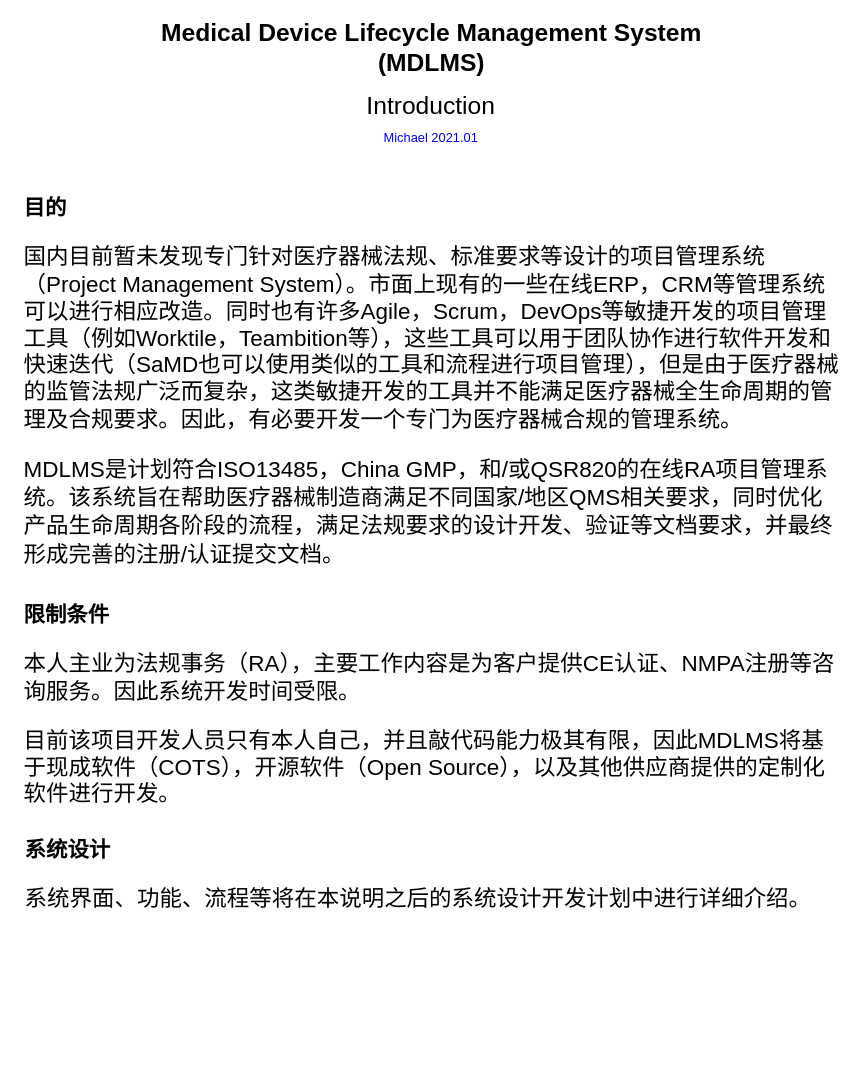
Above: page "Introduction" (1 of 8) of Full lifecycle.drawio in RASAAS/NMPAWORKFLOW (draw.io), before the change. Source tidied: cells renumbered, new cells numbered last; positions are measured from the earlier drawing's top-left corner, leaving out a move shared by most shapes. Both pictures are drawn from the tidied source at 107%, with x=0, y=0 at pixel (18, 42).
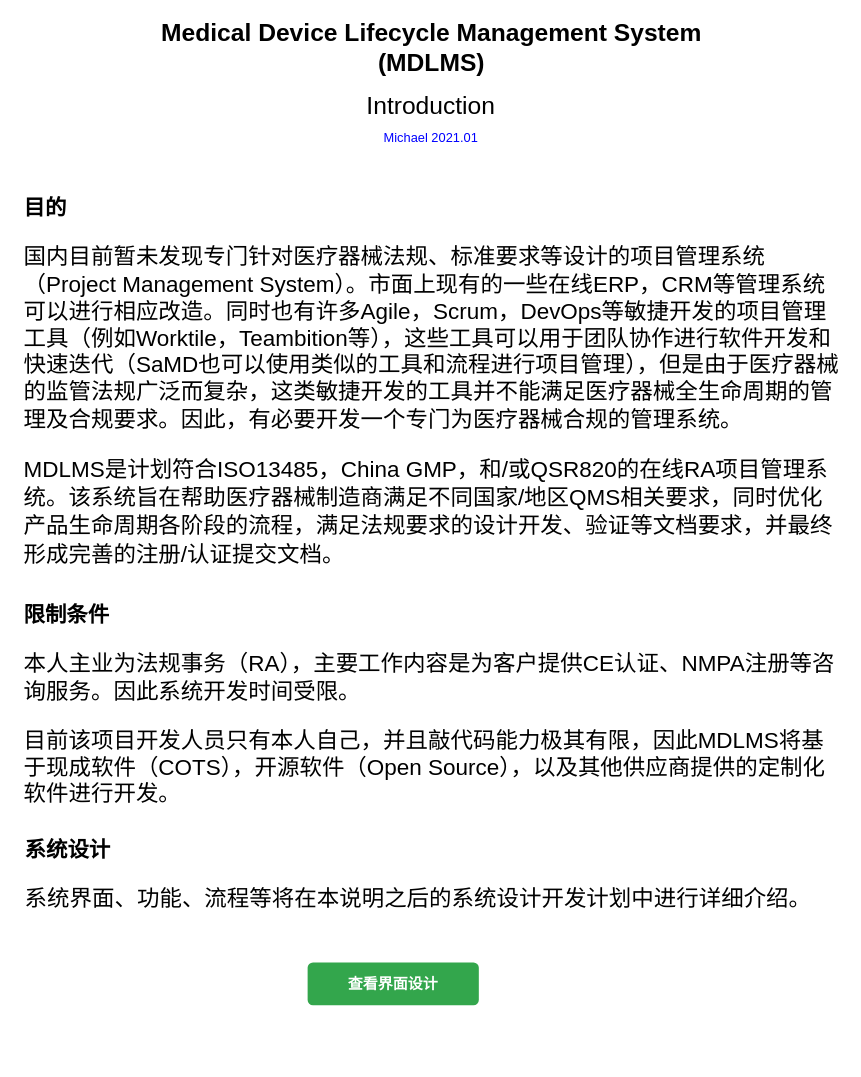
After the change.

What changed in the source:
```diff
@@
 <mxGraphModel>
   <root>
     <mxCell id="0" />
     <mxCell id="1" parent="0" />
     <mxCell id="2" value="Medical Device Lifecycle Management System&lt;br&gt;(MDLMS)" style="rounded=0;whiteSpace=wrap;html=1;fontSize=23;fontStyle=1;strokeColor=none;" parent="1" vertex="1">
       <mxGeometry x="125.5" width="520" height="10" as="geometry" />
     </mxCell>
     <mxCell id="3" value="Introduction" style="text;html=1;strokeColor=none;fillColor=none;align=center;verticalAlign=middle;whiteSpace=wrap;rounded=0;fontSize=23;" parent="1" vertex="1">
       <mxGeometry x="203" y="50" width="365" height="20" as="geometry" />
     </mxCell>
     <mxCell id="4" value="&lt;h1 style=&quot;font-size: 20px&quot;&gt;目的&lt;/h1&gt;&lt;p style=&quot;font-size: 21px&quot;&gt;&lt;span&gt;国内目前暂未发现专门针对医疗器械法规、标准要求等设计的项目管理系统（Project Management System）。市面上现有的一些在线ERP，CRM等管理系统可以进行相应改造。同时也有许多Agile，Scrum，DevOps等敏捷开发的项目管理工具（例如Worktile，Teambition等），这些工具可以用于团队协作进行软件开发和快速迭代（SaMD也可以使用类似的工具和流程进行项目管理），但是由于医疗器械的监管法规广泛而复杂，这类敏捷开发的工具并不能满足医疗器械全生命周期的管理及合规要求。因此，有必要开发一个专门为医疗器械合规的管理系统。&lt;/span&gt;&lt;br&gt;&lt;/p&gt;&lt;p style=&quot;font-size: 22px&quot;&gt;&lt;span style=&quot;font-size: 21px&quot;&gt;MDLMS是计划符合ISO13485，China GMP，和/或QSR820的在线RA项目管理系统。该系统旨在帮助医疗器械制造商满足不同国家/地区QMS相关要求，同时优化产品生命周期各阶段的流程，满足法规要求的设计开发、验证等文档要求，并最终形成完善的注册/认证提交文档。&lt;/span&gt;&lt;br&gt;&lt;/p&gt;" style="text;html=1;strokeColor=none;fillColor=none;spacing=5;spacingTop=-20;whiteSpace=wrap;overflow=hidden;rounded=0;fontSize=22;" parent="1" vertex="1">
       <mxGeometry y="140" width="770" height="380" as="geometry" />
     </mxCell>
     <mxCell id="5" value="&lt;h1 style=&quot;font-size: 20px&quot;&gt;限制条件&lt;/h1&gt;&lt;p style=&quot;font-size: 21px&quot;&gt;&lt;span&gt;本人主业为法规事务（RA），主要工作内容是为客户提供CE认证、NMPA注册等咨询服务。因此系统开发时间受限。&lt;/span&gt;&lt;br&gt;&lt;/p&gt;&lt;p style=&quot;font-size: 21px&quot;&gt;&lt;span&gt;目前该项目开发人员只有本人自己，并且敲代码能力极其有限，因此MDLMS将基于现成软件（COTS），开源软件（Open Source），以及其他供应商提供的定制化软件进行开发。&lt;/span&gt;&lt;/p&gt;&lt;span style=&quot;font-size: 21px&quot;&gt;&lt;br&gt;&lt;/span&gt;" style="text;html=1;strokeColor=none;fillColor=none;spacing=5;spacingTop=-20;whiteSpace=wrap;overflow=hidden;rounded=0;fontSize=22;" parent="1" vertex="1">
       <mxGeometry y="520" width="770" height="210" as="geometry" />
     </mxCell>
     <mxCell id="6" value="Michael 2021.01" style="text;html=1;align=center;verticalAlign=middle;fontSize=12;fontColor=#0000FF;" parent="1" vertex="1">
       <mxGeometry x="335" y="80" width="100" height="20" as="geometry" />
     </mxCell>
     <mxCell id="7" value="&lt;h1 style=&quot;font-size: 20px&quot;&gt;系统设计&lt;/h1&gt;&lt;p style=&quot;font-size: 21px&quot;&gt;系统界面、功能、流程等将在本说明之后的系统设计开发计划中进行详细介绍。&lt;/p&gt;&lt;span style=&quot;font-size: 21px&quot;&gt;&lt;br&gt;&lt;/span&gt;" style="text;html=1;strokeColor=none;fillColor=none;spacing=5;spacingTop=-20;whiteSpace=wrap;overflow=hidden;rounded=0;fontSize=22;" parent="1" vertex="1">
-      <mxGeometry x="0.5" y="740" width="770" height="210" as="geometry" />
+      <mxGeometry x="0.5" y="740" width="770" height="90" as="geometry" />
     </mxCell>
+    <mxCell id="8" value="查看界面设计" style="html=1;shadow=0;dashed=0;shape=mxgraph.bootstrap.rrect;rSize=5;strokeColor=none;strokeWidth=1;fillColor=#33A64C;fontColor=#FFFFFF;whiteSpace=wrap;align=center;verticalAlign=middle;spacingLeft=0;fontStyle=1;fontSize=14;spacing=5;sketch=0;" parent="1" vertex="1">
+      <mxGeometry x="270" y="860" width="160" height="40" as="geometry" />
+    </mxCell>
   </root>
 </mxGraphModel>
```
